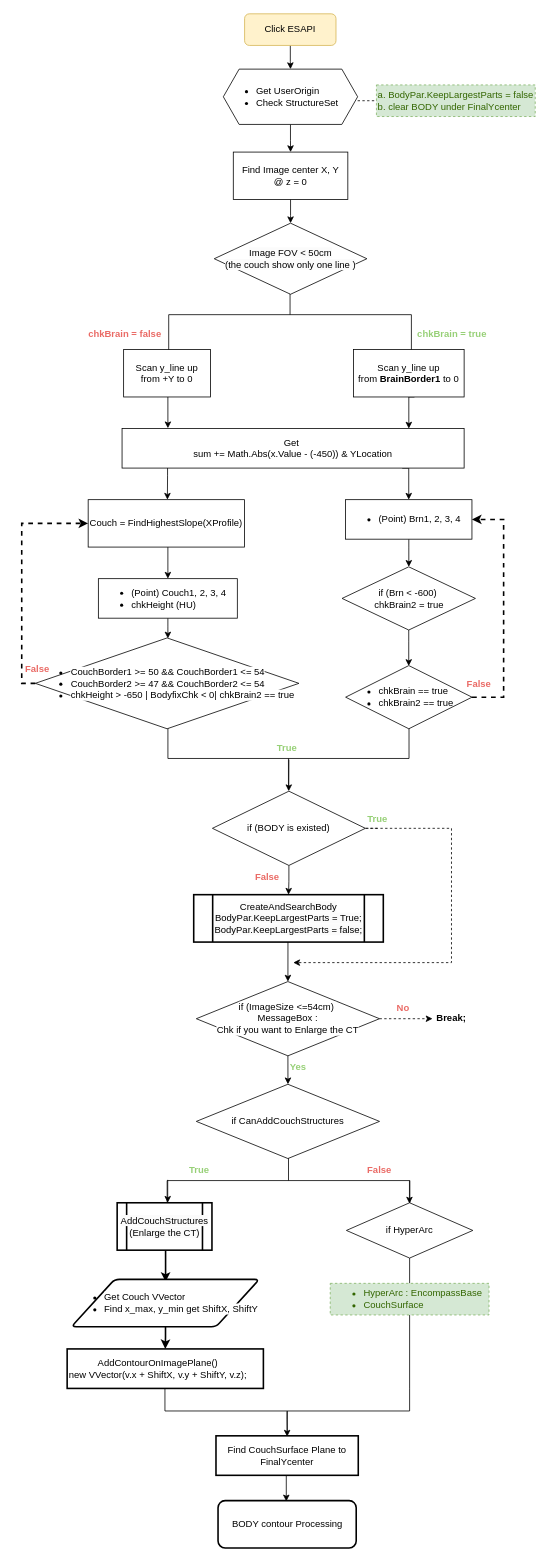
Before: CouchPhoton_Process.drawio in eatingwu1009/CouchInsert, a draw.io diagram. Source tidied: cells renumbered, new cells numbered last; positions are measured from the earlier drawing's top-left corner, leaving out a move shared by most shapes. Both pictures are drawn from the tidied source at 79%, with x=0, y=0 at pixel (13, 13).
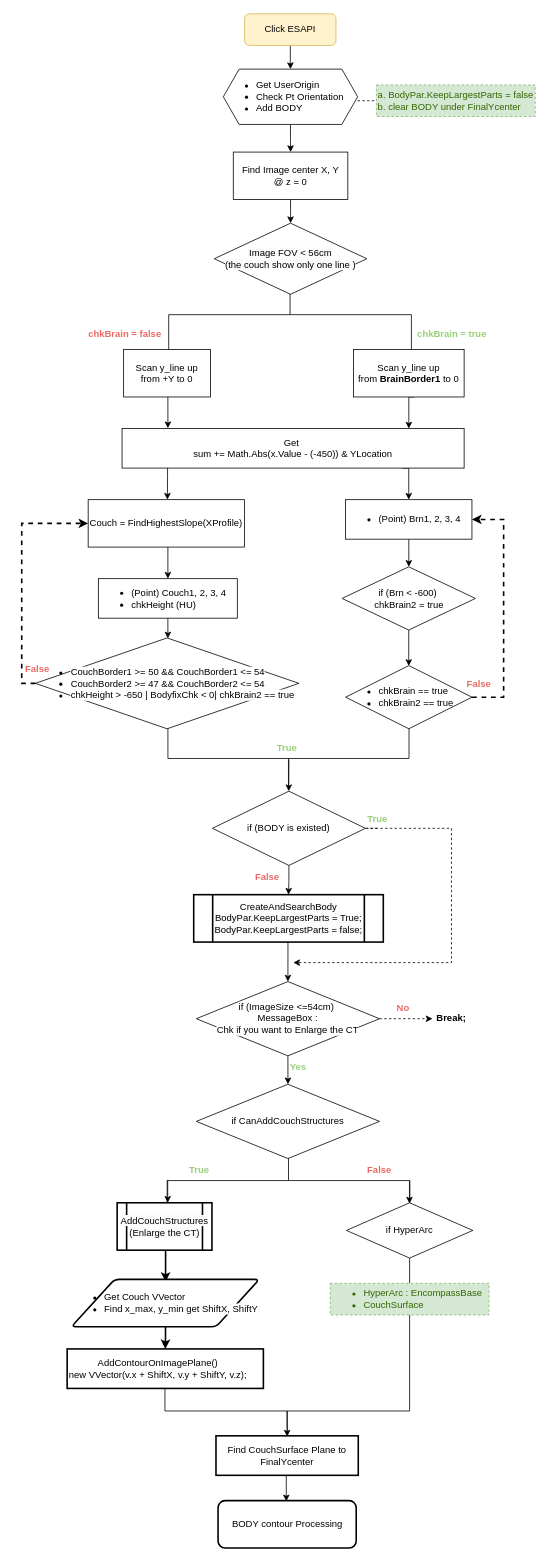
The same diagram, later.

The edit, as a diff of the source:
```diff
@@
-    <mxCell id="3" value="&lt;ul&gt;&lt;li&gt;Get UserOrigin&lt;/li&gt;&lt;li style=&quot;&quot;&gt;Check StructureSet&amp;nbsp;&lt;/li&gt;&lt;/ul&gt;" style="shape=hexagon;perimeter=hexagonPerimeter2;whiteSpace=wrap;html=1;fixedSize=1;align=left;" parent="1" vertex="1">
+    <mxCell id="3" value="&lt;ul&gt;&lt;li&gt;Get UserOrigin&lt;/li&gt;&lt;li&gt;Check Pt Orientation&lt;/li&gt;&lt;li&gt;Add BODY&lt;/li&gt;&lt;/ul&gt;" style="shape=hexagon;perimeter=hexagonPerimeter2;whiteSpace=wrap;html=1;fixedSize=1;align=left;" parent="1" vertex="1">
       <mxGeometry x="265.2" y="70" width="170" height="70" as="geometry" />
     </mxCell>
@@
-    <mxCell id="19" value="&lt;span style=&quot;color: rgb(0, 0, 0); font-family: Helvetica; font-size: 12px; font-style: normal; font-variant-ligatures: normal; font-variant-caps: normal; font-weight: 400; letter-spacing: normal; orphans: 2; text-align: left; text-indent: 0px; text-transform: none; widows: 2; word-spacing: 0px; -webkit-text-stroke-width: 0px; background-color: rgb(251, 251, 251); text-decoration-thickness: initial; text-decoration-style: initial; text-decoration-color: initial; float: none; display: inline !important;&quot;&gt;Image FOV &amp;lt; 50cm&lt;/span&gt;&lt;br style=&quot;border-color: var(--border-color); color: rgb(0, 0, 0); font-family: Helvetica; font-size: 12px; font-style: normal; font-variant-ligatures: normal; font-variant-caps: normal; font-weight: 400; letter-spacing: normal; orphans: 2; text-align: left; text-indent: 0px; text-transform: none; widows: 2; word-spacing: 0px; -webkit-text-stroke-width: 0px; background-color: rgb(251, 251, 251); text-decoration-thickness: initial; text-decoration-style: initial; text-decoration-color: initial;&quot;&gt;&lt;span style=&quot;color: rgb(0, 0, 0); font-family: Helvetica; font-size: 12px; font-style: normal; font-variant-ligatures: normal; font-variant-caps: normal; font-weight: 400; letter-spacing: normal; orphans: 2; text-align: left; text-indent: 0px; text-transform: none; widows: 2; word-spacing: 0px; -webkit-text-stroke-width: 0px; background-color: rgb(251, 251, 251); text-decoration-thickness: initial; text-decoration-style: initial; text-decoration-color: initial; float: none; display: inline !important;&quot;&gt;(the couch show only one line )&lt;/span&gt;" style="rhombus;whiteSpace=wrap;html=1;" parent="1" vertex="1">
+    <mxCell id="19" value="&lt;span style=&quot;color: rgb(0, 0, 0); font-family: Helvetica; font-size: 12px; font-style: normal; font-variant-ligatures: normal; font-variant-caps: normal; font-weight: 400; letter-spacing: normal; orphans: 2; text-align: left; text-indent: 0px; text-transform: none; widows: 2; word-spacing: 0px; -webkit-text-stroke-width: 0px; background-color: rgb(251, 251, 251); text-decoration-thickness: initial; text-decoration-style: initial; text-decoration-color: initial; float: none; display: inline !important;&quot;&gt;Image FOV &amp;lt; 56cm&lt;/span&gt;&lt;br style=&quot;border-color: var(--border-color); color: rgb(0, 0, 0); font-family: Helvetica; font-size: 12px; font-style: normal; font-variant-ligatures: normal; font-variant-caps: normal; font-weight: 400; letter-spacing: normal; orphans: 2; text-align: left; text-indent: 0px; text-transform: none; widows: 2; word-spacing: 0px; -webkit-text-stroke-width: 0px; background-color: rgb(251, 251, 251); text-decoration-thickness: initial; text-decoration-style: initial; text-decoration-color: initial;&quot;&gt;&lt;span style=&quot;color: rgb(0, 0, 0); font-family: Helvetica; font-size: 12px; font-style: normal; font-variant-ligatures: normal; font-variant-caps: normal; font-weight: 400; letter-spacing: normal; orphans: 2; text-align: left; text-indent: 0px; text-transform: none; widows: 2; word-spacing: 0px; -webkit-text-stroke-width: 0px; background-color: rgb(251, 251, 251); text-decoration-thickness: initial; text-decoration-style: initial; text-decoration-color: initial; float: none; display: inline !important;&quot;&gt;(the couch show only one line )&lt;/span&gt;" style="rhombus;whiteSpace=wrap;html=1;" parent="1" vertex="1">
       <mxGeometry x="253.7" y="265" width="193.2" height="90" as="geometry" />
     </mxCell>
```
